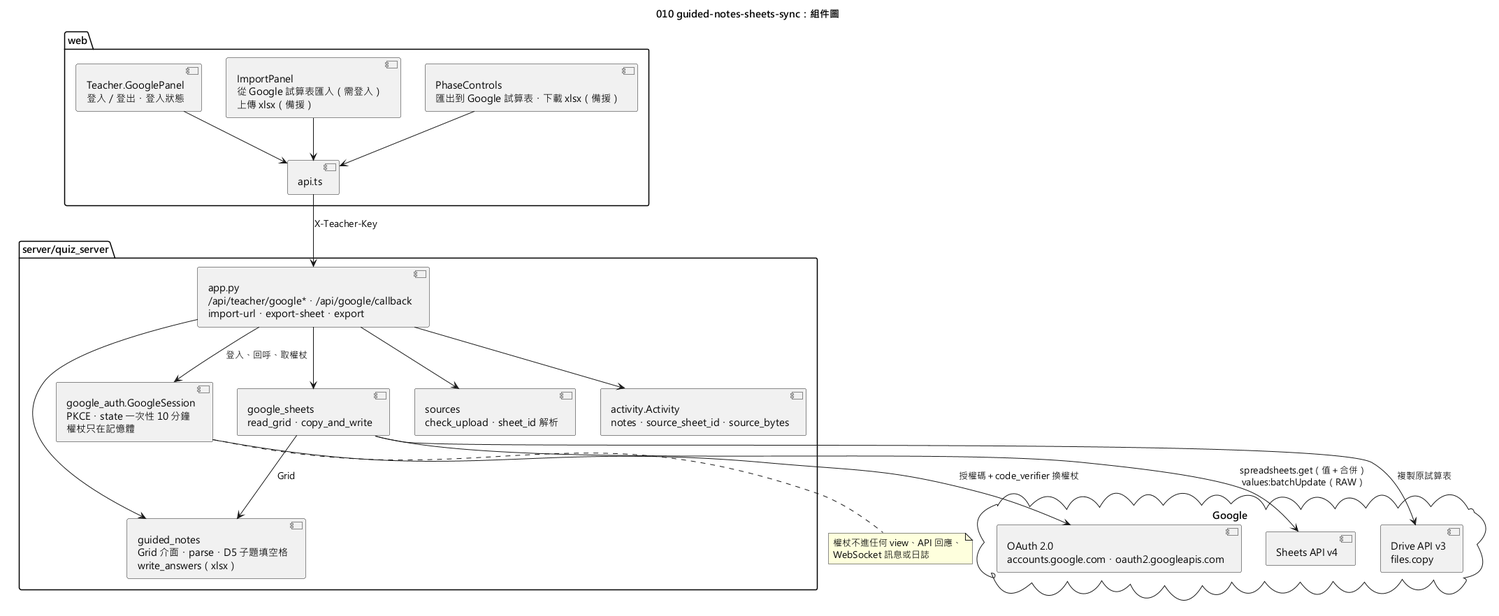
Before: diagrams/010-guided-notes-sheets-sync-component.png, a diagram exported from PlantUML (yue083139/software_fin-speckit). The source it was exported from:
```plantuml
@startuml 010-guided-notes-sheets-sync-component
skinparamlocked defaultFontName Microsoft JhengHei
title 010 guided-notes-sheets-sync：組件圖

package "web" {
  [Teacher.GooglePanel\n登入／登出・登入狀態] as GP
  [ImportPanel\n從 Google 試算表匯入（需登入）\n上傳 xlsx（備援）] as IP
  [PhaseControls\n匯出到 Google 試算表・下載 xlsx（備援）] as PC
  [api.ts] as Api
}

package "server/quiz_server" {
  [app.py\n/api/teacher/google*・/api/google/callback\nimport-url・export-sheet・export] as App
  [google_auth.GoogleSession\nPKCE・state 一次性 10 分鐘\n權杖只在記憶體] as Auth
  [google_sheets\nread_grid・copy_and_write] as GS
  [guided_notes\nGrid 介面・parse・D5 子題填空格\nwrite_answers（xlsx）] as Notes
  [sources\ncheck_upload・sheet_id 解析] as Src
  [activity.Activity\nnotes・source_sheet_id・source_bytes] as Act
}

cloud "Google" {
  [OAuth 2.0\naccounts.google.com・oauth2.googleapis.com] as G_OAuth
  [Sheets API v4] as G_Sheets
  [Drive API v3\nfiles.copy] as G_Drive
}

GP --> Api
IP --> Api
PC --> Api
Api --> App : X-Teacher-Key
App --> Auth : 登入、回呼、取權杖
App --> Src
App --> GS
App --> Notes
App --> Act
Auth --> G_OAuth : 授權碼＋code_verifier 換權杖
GS --> G_Sheets : spreadsheets.get（值＋合併）\nvalues:batchUpdate（RAW）
GS --> G_Drive : 複製原試算表
GS --> Notes : Grid
note bottom of Auth
  權杖不進任何 view、API 回應、
  WebSocket 訊息或日誌
end note
@enduml
```
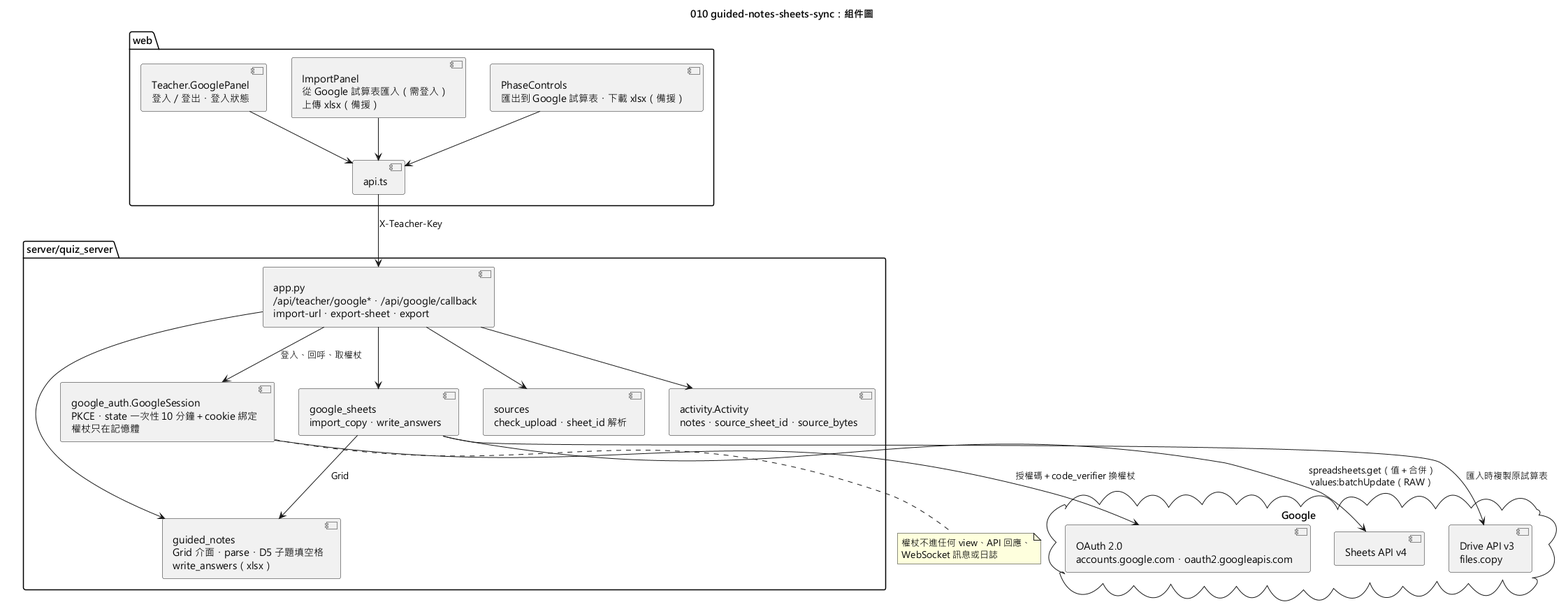
The same file after the commit.

Diff of the diagram source:
```diff
@@ -11,8 +11,8 @@
 
 package "server/quiz_server" {
   [app.py\n/api/teacher/google*・/api/google/callback\nimport-url・export-sheet・export] as App
-  [google_auth.GoogleSession\nPKCE・state 一次性 10 分鐘\n權杖只在記憶體] as Auth
-  [google_sheets\nread_grid・copy_and_write] as GS
+  [google_auth.GoogleSession\nPKCE・state 一次性 10 分鐘＋cookie 綁定\n權杖只在記憶體] as Auth
+  [google_sheets\nimport_copy・write_answers] as GS
   [guided_notes\nGrid 介面・parse・D5 子題填空格\nwrite_answers（xlsx）] as Notes
   [sources\ncheck_upload・sheet_id 解析] as Src
   [activity.Activity\nnotes・source_sheet_id・source_bytes] as Act
@@ -35,7 +35,7 @@
 App --> Act
 Auth --> G_OAuth : 授權碼＋code_verifier 換權杖
 GS --> G_Sheets : spreadsheets.get（值＋合併）\nvalues:batchUpdate（RAW）
-GS --> G_Drive : 複製原試算表
+GS --> G_Drive : 匯入時複製原試算表
 GS --> Notes : Grid
 note bottom of Auth
   權杖不進任何 view、API 回應、
```
